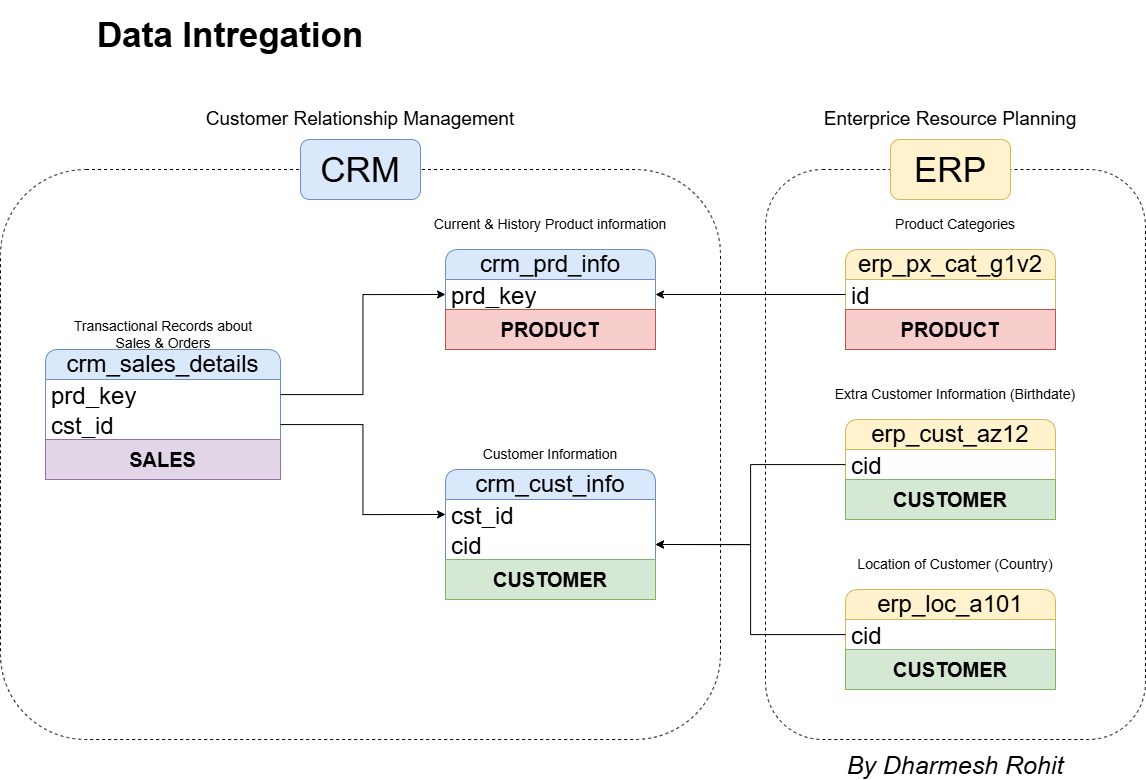
The draw.io diagram docs/Data Intregation.png in dharmeshrohit/SQL-DateWarehouse-Project, before a commit. Source tidied: cells renumbered, new cells last; positions are measured from the earlier drawing's top-left corner, leaving out a move shared by most shapes. Its diagram source:
```xml
<mxGraphModel background="#ffffff">
  <root>
    <mxCell id="0" />
    <mxCell id="1" parent="0" />
    <mxCell id="2" value="crm_cust_info" style="swimlane;fontStyle=0;horizontal=1;startSize=30;whiteSpace=wrap;html=1;rounded=1;fontSize=24;fillColor=#dae8fc;strokeColor=#6c8ebf;" parent="1" vertex="1">
      <mxGeometry x="445" y="470" width="210" height="130" as="geometry" />
    </mxCell>
    <mxCell id="3" value="cst_id" style="text;strokeColor=none;fillColor=none;align=left;verticalAlign=middle;spacingLeft=4;spacingRight=4;overflow=hidden;points=[[0,0.5],[1,0.5]];portConstraint=eastwest;whiteSpace=wrap;html=1;rounded=1;fontSize=24;" parent="2" vertex="1">
      <mxGeometry y="30" width="210" height="30" as="geometry" />
    </mxCell>
    <mxCell id="4" value="cid" style="text;strokeColor=none;fillColor=none;align=left;verticalAlign=middle;spacingLeft=4;spacingRight=4;overflow=hidden;points=[[0,0.5],[1,0.5]];portConstraint=eastwest;whiteSpace=wrap;html=1;rounded=1;fontSize=24;" parent="2" vertex="1">
      <mxGeometry y="60" width="210" height="30" as="geometry" />
    </mxCell>
    <mxCell id="5" value="&lt;span style=&quot;font-size: 20px;&quot;&gt;&lt;b&gt;CUSTOMER&lt;/b&gt;&lt;/span&gt;" style="text;html=1;strokeColor=#82b366;fillColor=#d5e8d4;align=center;verticalAlign=middle;whiteSpace=wrap;overflow=hidden;" parent="2" vertex="1">
      <mxGeometry y="90" width="210" height="40" as="geometry" />
    </mxCell>
    <mxCell id="6" value="&lt;font style=&quot;font-size: 14px;&quot;&gt;Customer Information&lt;/font&gt;" style="text;html=1;align=center;verticalAlign=middle;whiteSpace=wrap;rounded=0;" parent="1" vertex="1">
      <mxGeometry x="480" y="440" width="140" height="30" as="geometry" />
    </mxCell>
    <mxCell id="7" value="crm_prd_info" style="swimlane;fontStyle=0;horizontal=1;startSize=30;whiteSpace=wrap;html=1;rounded=1;fontSize=24;fillColor=#dae8fc;strokeColor=#6c8ebf;" parent="1" vertex="1">
      <mxGeometry x="445" y="250" width="210" height="100" as="geometry" />
    </mxCell>
    <mxCell id="8" value="prd_key" style="text;strokeColor=none;fillColor=none;align=left;verticalAlign=middle;spacingLeft=4;spacingRight=4;overflow=hidden;points=[[0,0.5],[1,0.5]];portConstraint=eastwest;whiteSpace=wrap;html=1;rounded=1;fontSize=24;" parent="7" vertex="1">
      <mxGeometry y="30" width="210" height="30" as="geometry" />
    </mxCell>
    <mxCell id="9" value="&lt;span style=&quot;font-size: 20px;&quot;&gt;&lt;b&gt;PRODUCT&lt;/b&gt;&lt;/span&gt;" style="text;html=1;strokeColor=#b85450;fillColor=#f8cecc;align=center;verticalAlign=middle;whiteSpace=wrap;overflow=hidden;" parent="7" vertex="1">
      <mxGeometry y="60" width="210" height="40" as="geometry" />
    </mxCell>
    <mxCell id="10" value="&lt;span style=&quot;font-size: 14px;&quot;&gt;Current &amp;amp; History Product information&lt;/span&gt;" style="text;html=1;align=center;verticalAlign=middle;whiteSpace=wrap;rounded=0;" parent="1" vertex="1">
      <mxGeometry x="430" y="210" width="240" height="30" as="geometry" />
    </mxCell>
    <mxCell id="11" value="crm_sales_details" style="swimlane;fontStyle=0;horizontal=1;startSize=30;whiteSpace=wrap;html=1;rounded=1;fontSize=24;fillColor=#dae8fc;strokeColor=#6c8ebf;" parent="1" vertex="1">
      <mxGeometry x="45" y="350" width="235" height="130" as="geometry" />
    </mxCell>
    <mxCell id="12" value="prd_key" style="text;strokeColor=none;fillColor=none;align=left;verticalAlign=middle;spacingLeft=4;spacingRight=4;overflow=hidden;points=[[0,0.5],[1,0.5]];portConstraint=eastwest;whiteSpace=wrap;html=1;rounded=1;fontSize=24;" parent="11" vertex="1">
      <mxGeometry y="30" width="235" height="30" as="geometry" />
    </mxCell>
    <mxCell id="13" value="cst_id" style="text;strokeColor=none;fillColor=none;align=left;verticalAlign=middle;spacingLeft=4;spacingRight=4;overflow=hidden;points=[[0,0.5],[1,0.5]];portConstraint=eastwest;whiteSpace=wrap;html=1;rounded=1;fontSize=24;" parent="11" vertex="1">
      <mxGeometry y="60" width="235" height="30" as="geometry" />
    </mxCell>
    <mxCell id="14" value="&lt;span style=&quot;font-size: 20px;&quot;&gt;&lt;b&gt;SALES&lt;/b&gt;&lt;/span&gt;" style="text;html=1;strokeColor=#9673a6;fillColor=#e1d5e7;align=center;verticalAlign=middle;whiteSpace=wrap;overflow=hidden;" parent="11" vertex="1">
      <mxGeometry y="90" width="235" height="40" as="geometry" />
    </mxCell>
    <mxCell id="15" value="&lt;span style=&quot;font-size: 14px;&quot;&gt;Transactional Records about Sales &amp;amp; Orders&lt;/span&gt;" style="text;html=1;align=center;verticalAlign=middle;whiteSpace=wrap;rounded=0;" parent="1" vertex="1">
      <mxGeometry x="57.5" y="320" width="210" height="30" as="geometry" />
    </mxCell>
    <mxCell id="16" style="edgeStyle=orthogonalEdgeStyle;rounded=0;jettySize=auto;html=1;entryX=0;entryY=0.5;entryDx=0;entryDy=0;" parent="1" edge="1" source="12" target="8">
      <mxGeometry relative="1" as="geometry" />
    </mxCell>
    <mxCell id="17" style="edgeStyle=orthogonalEdgeStyle;rounded=0;jettySize=auto;html=1;entryX=0;entryY=0.5;entryDx=0;entryDy=0;" parent="1" edge="1" source="13" target="3">
      <mxGeometry relative="1" as="geometry" />
    </mxCell>
    <mxCell id="18" value="erp_cust_az12" style="swimlane;fontStyle=0;horizontal=1;startSize=30;whiteSpace=wrap;html=1;rounded=1;fontSize=24;fillColor=#fff2cc;strokeColor=#d6b656;" parent="1" vertex="1">
      <mxGeometry x="845" y="420" width="210" height="100" as="geometry" />
    </mxCell>
    <mxCell id="19" value="cid" style="text;strokeColor=none;fillColor=none;align=left;verticalAlign=middle;spacingLeft=4;spacingRight=4;overflow=hidden;points=[[0,0.5],[1,0.5]];portConstraint=eastwest;whiteSpace=wrap;html=1;rounded=1;fontSize=24;" parent="18" vertex="1">
      <mxGeometry y="30" width="210" height="30" as="geometry" />
    </mxCell>
    <mxCell id="20" value="&lt;span style=&quot;font-size: 20px;&quot;&gt;&lt;b&gt;CUSTOMER&lt;/b&gt;&lt;/span&gt;" style="text;html=1;strokeColor=#82b366;fillColor=#d5e8d4;align=center;verticalAlign=middle;whiteSpace=wrap;overflow=hidden;" parent="18" vertex="1">
      <mxGeometry y="60" width="210" height="40" as="geometry" />
    </mxCell>
    <mxCell id="21" value="&lt;span style=&quot;font-size: 14px;&quot;&gt;Extra Customer Information (Birthdate)&lt;/span&gt;" style="text;html=1;align=center;verticalAlign=middle;whiteSpace=wrap;rounded=0;" parent="1" vertex="1">
      <mxGeometry x="830" y="380" width="250" height="30" as="geometry" />
    </mxCell>
    <mxCell id="22" style="edgeStyle=orthogonalEdgeStyle;rounded=0;jettySize=auto;html=1;entryX=1;entryY=0.5;entryDx=0;entryDy=0;" parent="1" edge="1" source="19" target="4">
      <mxGeometry relative="1" as="geometry" />
    </mxCell>
    <mxCell id="23" value="erp_loc_a101" style="swimlane;fontStyle=0;horizontal=1;startSize=30;whiteSpace=wrap;html=1;rounded=1;fontSize=24;fillColor=#fff2cc;strokeColor=#d6b656;" parent="1" vertex="1">
      <mxGeometry x="845" y="590" width="210" height="100" as="geometry" />
    </mxCell>
    <mxCell id="24" value="cid" style="text;strokeColor=none;fillColor=none;align=left;verticalAlign=middle;spacingLeft=4;spacingRight=4;overflow=hidden;points=[[0,0.5],[1,0.5]];portConstraint=eastwest;whiteSpace=wrap;html=1;rounded=1;fontSize=24;" parent="23" vertex="1">
      <mxGeometry y="30" width="210" height="30" as="geometry" />
    </mxCell>
    <mxCell id="25" value="&lt;span style=&quot;font-size: 20px;&quot;&gt;&lt;b&gt;CUSTOMER&lt;/b&gt;&lt;/span&gt;" style="text;html=1;strokeColor=#82b366;fillColor=#d5e8d4;align=center;verticalAlign=middle;whiteSpace=wrap;overflow=hidden;" parent="23" vertex="1">
      <mxGeometry y="60" width="210" height="40" as="geometry" />
    </mxCell>
    <mxCell id="26" value="&lt;span style=&quot;font-size: 14px;&quot;&gt;Location of Customer (Country)&lt;/span&gt;" style="text;html=1;align=center;verticalAlign=middle;whiteSpace=wrap;rounded=0;" parent="1" vertex="1">
      <mxGeometry x="830" y="550" width="250" height="30" as="geometry" />
    </mxCell>
    <mxCell id="27" style="edgeStyle=orthogonalEdgeStyle;rounded=0;jettySize=auto;html=1;entryX=1;entryY=0.5;entryDx=0;entryDy=0;" parent="1" edge="1" source="24" target="4">
      <mxGeometry relative="1" as="geometry" />
    </mxCell>
    <mxCell id="28" value="erp_px_cat_g1v2" style="swimlane;fontStyle=0;horizontal=1;startSize=30;whiteSpace=wrap;html=1;rounded=1;fontSize=24;fillColor=#fff2cc;strokeColor=#d6b656;" parent="1" vertex="1">
      <mxGeometry x="845" y="250" width="210" height="100" as="geometry" />
    </mxCell>
    <mxCell id="29" value="id" style="text;strokeColor=none;fillColor=none;align=left;verticalAlign=middle;spacingLeft=4;spacingRight=4;overflow=hidden;points=[[0,0.5],[1,0.5]];portConstraint=eastwest;whiteSpace=wrap;html=1;rounded=1;fontSize=24;" parent="28" vertex="1">
      <mxGeometry y="30" width="210" height="30" as="geometry" />
    </mxCell>
    <mxCell id="30" value="&lt;span style=&quot;font-size: 20px;&quot;&gt;&lt;b&gt;PRODUCT&lt;/b&gt;&lt;/span&gt;" style="text;html=1;strokeColor=#b85450;fillColor=#f8cecc;align=center;verticalAlign=middle;whiteSpace=wrap;overflow=hidden;" parent="28" vertex="1">
      <mxGeometry y="60" width="210" height="40" as="geometry" />
    </mxCell>
    <mxCell id="31" value="&lt;span style=&quot;font-size: 14px;&quot;&gt;Product Categories&lt;/span&gt;" style="text;html=1;align=center;verticalAlign=middle;whiteSpace=wrap;rounded=0;" parent="1" vertex="1">
      <mxGeometry x="830" y="210" width="250" height="30" as="geometry" />
    </mxCell>
    <mxCell id="32" style="edgeStyle=orthogonalEdgeStyle;rounded=0;jettySize=auto;html=1;entryX=1;entryY=0.5;entryDx=0;entryDy=0;" parent="1" edge="1" source="29" target="8">
      <mxGeometry relative="1" as="geometry" />
    </mxCell>
    <mxCell id="33" style="rounded=1;whiteSpace=wrap;html=1;fillColor=none;strokeColor=default;dashed=1;" parent="1" vertex="1">
      <mxGeometry y="170" width="720" height="570" as="geometry" />
    </mxCell>
    <mxCell id="34" style="rounded=1;whiteSpace=wrap;html=1;fillColor=none;dashed=1;" parent="1" vertex="1">
      <mxGeometry x="765" y="170" width="380" height="570" as="geometry" />
    </mxCell>
    <mxCell id="35" value="&lt;font style=&quot;font-size: 35px;&quot;&gt;CRM&lt;/font&gt;" style="rounded=1;whiteSpace=wrap;html=1;fillColor=#dae8fc;strokeColor=#6c8ebf;" parent="1" vertex="1">
      <mxGeometry x="300" y="140" width="120" height="60" as="geometry" />
    </mxCell>
    <mxCell id="36" value="&lt;span style=&quot;font-size: 35px;&quot;&gt;ERP&lt;/span&gt;" style="rounded=1;whiteSpace=wrap;html=1;fillColor=#fff2cc;strokeColor=#d6b656;" parent="1" vertex="1">
      <mxGeometry x="890" y="140" width="120" height="60" as="geometry" />
    </mxCell>
    <mxCell id="37" value="&lt;font style=&quot;font-size: 19px;&quot;&gt;Customer Relationship Management&lt;/font&gt;" style="text;html=1;align=center;verticalAlign=middle;whiteSpace=wrap;rounded=0;" parent="1" vertex="1">
      <mxGeometry x="195" y="100" width="330" height="40" as="geometry" />
    </mxCell>
    <mxCell id="38" value="&lt;span style=&quot;font-size: 19px;&quot;&gt;Enterprice Resource Planning&lt;/span&gt;" style="text;html=1;align=center;verticalAlign=middle;whiteSpace=wrap;rounded=0;" parent="1" vertex="1">
      <mxGeometry x="785" y="100" width="330" height="40" as="geometry" />
    </mxCell>
    <mxCell id="39" value="&lt;font style=&quot;font-size: 35px;&quot;&gt;&lt;b&gt;Data Intregation&lt;/b&gt;&lt;/font&gt;" style="text;html=1;align=center;verticalAlign=middle;whiteSpace=wrap;rounded=0;" parent="1" vertex="1">
      <mxGeometry width="460" height="70" as="geometry" />
    </mxCell>
    <mxCell id="40" value="&lt;span style=&quot;font-size: 25px;&quot;&gt;&lt;i&gt;By Dharmesh Rohit&lt;/i&gt;&lt;/span&gt;" style="text;html=1;align=center;verticalAlign=middle;whiteSpace=wrap;rounded=0;" parent="1" vertex="1">
      <mxGeometry x="830" y="750" width="250" height="30" as="geometry" />
    </mxCell>
  </root>
</mxGraphModel>
```
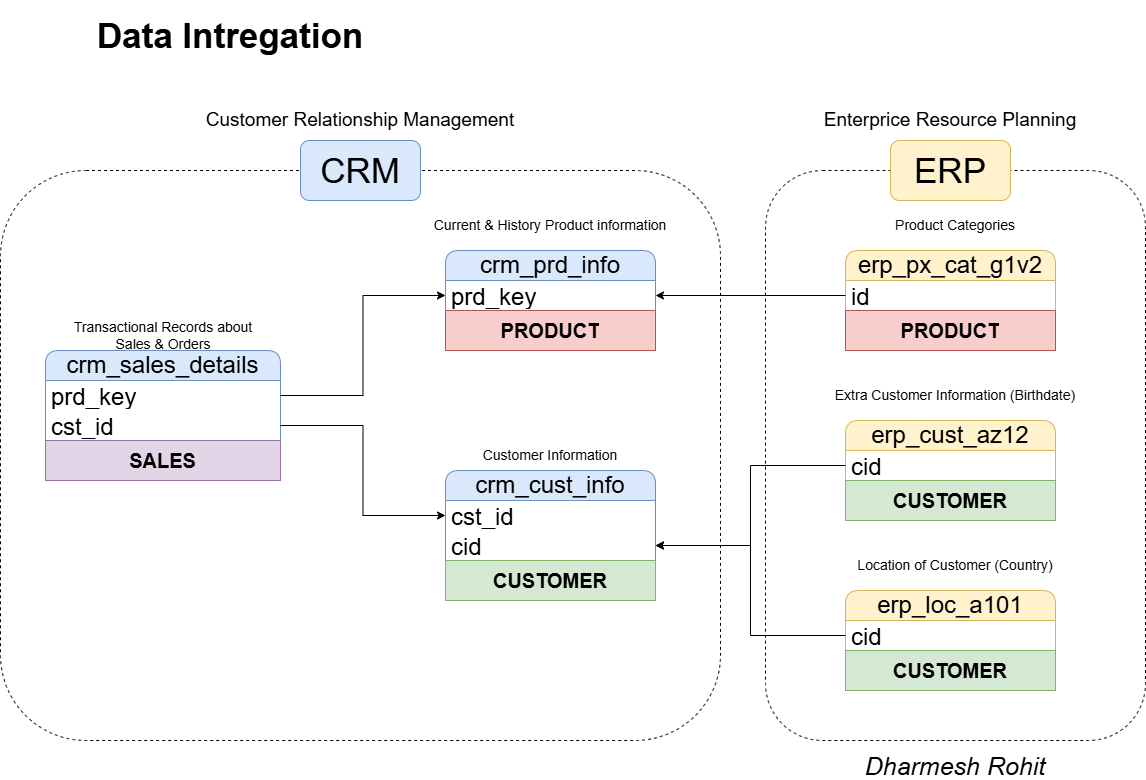
The same file after the commit.

Diff of the diagram source:
```diff
@@ -116,7 +116,7 @@
     <mxCell id="39" value="&lt;font style=&quot;font-size: 35px;&quot;&gt;&lt;b&gt;Data Intregation&lt;/b&gt;&lt;/font&gt;" style="text;html=1;align=center;verticalAlign=middle;whiteSpace=wrap;rounded=0;" parent="1" vertex="1">
       <mxGeometry width="460" height="70" as="geometry" />
     </mxCell>
-    <mxCell id="40" value="&lt;span style=&quot;font-size: 25px;&quot;&gt;&lt;i&gt;By Dharmesh Rohit&lt;/i&gt;&lt;/span&gt;" style="text;html=1;align=center;verticalAlign=middle;whiteSpace=wrap;rounded=0;" parent="1" vertex="1">
+    <mxCell id="40" value="&lt;span style=&quot;font-size: 25px;&quot;&gt;&lt;i&gt;Dharmesh Rohit&lt;/i&gt;&lt;/span&gt;" style="text;html=1;align=center;verticalAlign=middle;whiteSpace=wrap;rounded=0;" parent="1" vertex="1">
       <mxGeometry x="830" y="750" width="250" height="30" as="geometry" />
     </mxCell>
   </root>
```
